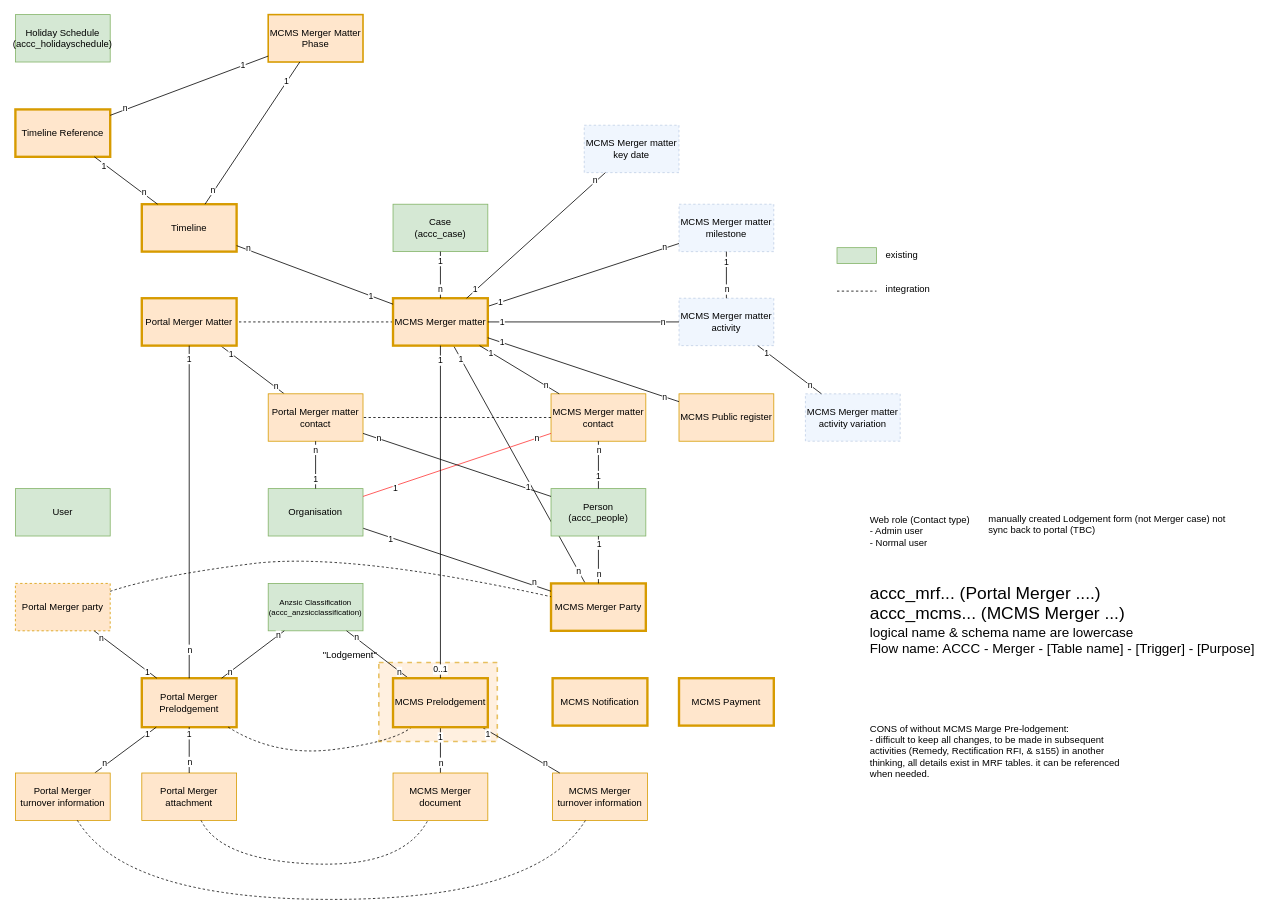
danieldotskc/helloworld keeps this draw.io diagram as page "Entities v4" (12 of 15) of Merger.drawio. Above is the earlier version. Source tidied: cells renumbered, new cells numbered last; positions are measured from the earlier drawing's top-left corner, leaving out a move shared by most shapes. Both pictures are drawn from the tidied source at 79%, with x=0, y=0 at pixel (15, 14).
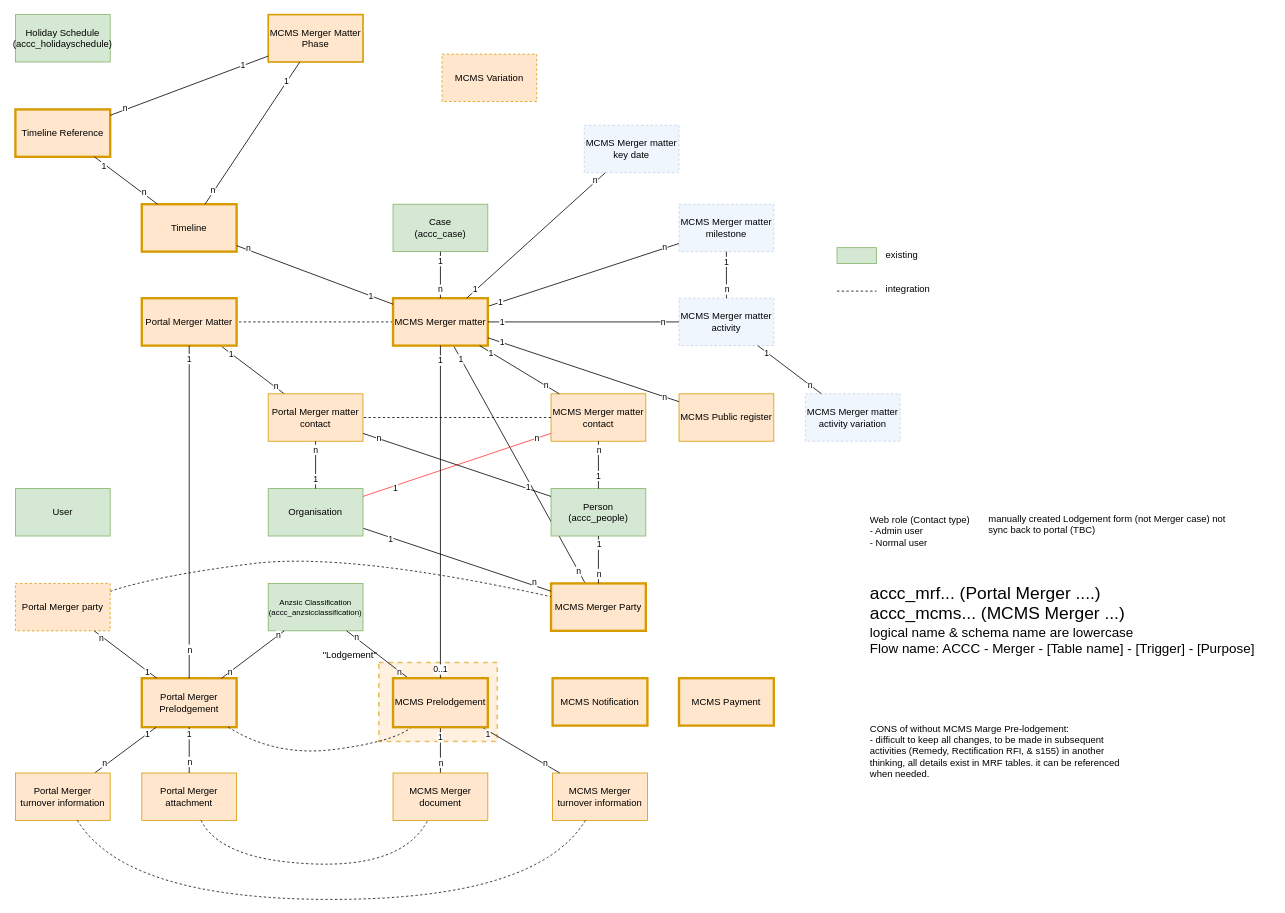
After the change.

The edit, as a diff of the source:
```diff
@@
+    <mxCell id="132" value="MCMS Variation" style="rounded=0;whiteSpace=wrap;html=1;fillColor=#ffe6cc;strokeColor=#d79b00;dashed=1;" parent="1" vertex="1">
+      <mxGeometry x="540" y="50" width="120" height="60" as="geometry" />
+    </mxCell>
```
